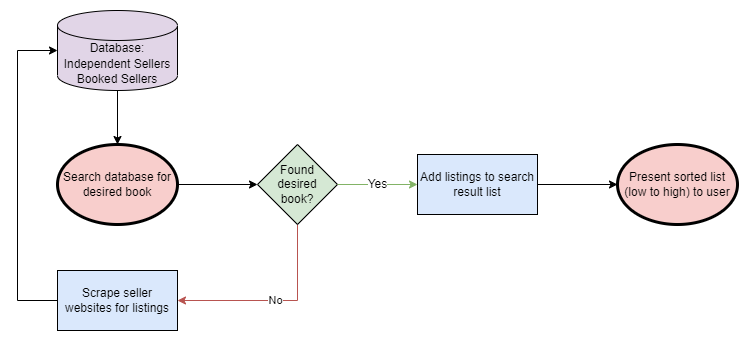
This is AlgSearch.png from vdulc001/2022-Fall-CS410-GOLD, a draw.io export, as it was before one commit. Source tidied: cells renumbered, new cells last; positions are measured from the earlier drawing's top-left corner, leaving out a move shared by most shapes. Its diagram source:
```xml
<mxGraphModel>
  <root>
    <mxCell id="0" />
    <mxCell id="1" parent="0" />
    <mxCell id="2" style="edgeStyle=orthogonalEdgeStyle;rounded=0;jettySize=auto;html=1;exitX=1;exitY=0.5;exitDx=0;exitDy=0;entryX=0;entryY=0.5;entryDx=0;entryDy=0;" parent="1" edge="1" source="3" target="7">
      <mxGeometry relative="1" as="geometry" />
    </mxCell>
    <mxCell id="3" value="Search database for desired book" style="ellipse;whiteSpace=wrap;html=1;fillColor=#f8cecc;strokeColor=#000000;strokeWidth=3;fontSize=12;" parent="1" vertex="1">
      <mxGeometry x="40" y="134" width="120" height="80" as="geometry" />
    </mxCell>
    <mxCell id="4" style="edgeStyle=orthogonalEdgeStyle;rounded=0;jettySize=auto;html=1;exitX=0.5;exitY=1;exitDx=0;exitDy=0;exitPerimeter=0;entryX=0.5;entryY=0;entryDx=0;entryDy=0;" parent="1" edge="1" source="5" target="3">
      <mxGeometry relative="1" as="geometry" />
    </mxCell>
    <mxCell id="5" value="&lt;font style=&quot;font-size: 12px;&quot;&gt;Database:&lt;br&gt;Independent Sellers&lt;br&gt;Booked Sellers&lt;/font&gt;" style="shape=cylinder3;whiteSpace=wrap;html=1;boundedLbl=1;backgroundOutline=1;size=15;strokeColor=#000000;strokeWidth=1;fontSize=13;fillColor=#e1d5e7;" parent="1" vertex="1">
      <mxGeometry x="40" width="120" height="80" as="geometry" />
    </mxCell>
    <mxCell id="6" value="No" style="edgeStyle=orthogonalEdgeStyle;rounded=0;jettySize=auto;html=1;exitX=0.5;exitY=1;exitDx=0;exitDy=0;entryX=1;entryY=0.5;entryDx=0;entryDy=0;fillColor=#f8cecc;strokeColor=#b85450;" parent="1" edge="1" source="7" target="13">
      <mxGeometry relative="1" as="geometry" />
    </mxCell>
    <mxCell id="7" value="Found&lt;br&gt;desired&lt;br&gt;book?" style="rhombus;whiteSpace=wrap;html=1;strokeColor=#000000;strokeWidth=1;fillColor=#d5e8d4;fontSize=12;" parent="1" vertex="1">
      <mxGeometry x="240" y="134" width="80" height="80" as="geometry" />
    </mxCell>
    <mxCell id="8" value="Yes" style="edgeStyle=orthogonalEdgeStyle;rounded=0;jettySize=auto;html=1;exitX=1;exitY=0.5;exitDx=0;exitDy=0;entryX=0;entryY=0.5;entryDx=0;entryDy=0;fontSize=12;fillColor=#d5e8d4;strokeColor=#82b366;" parent="1" edge="1" target="10">
      <mxGeometry relative="1" as="geometry">
        <mxPoint x="320" y="174" as="sourcePoint" />
      </mxGeometry>
    </mxCell>
    <mxCell id="9" style="edgeStyle=orthogonalEdgeStyle;rounded=0;jettySize=auto;html=1;exitX=1;exitY=0.5;exitDx=0;exitDy=0;entryX=0;entryY=0.5;entryDx=0;entryDy=0;fontSize=13;" parent="1" edge="1" source="10" target="11">
      <mxGeometry relative="1" as="geometry" />
    </mxCell>
    <mxCell id="10" value="Add listings to search result list" style="rounded=0;whiteSpace=wrap;html=1;strokeColor=#000000;strokeWidth=1;fontSize=12;fillColor=#dae8fc;" parent="1" vertex="1">
      <mxGeometry x="400" y="144" width="120" height="60" as="geometry" />
    </mxCell>
    <mxCell id="11" value="Present sorted list (low to high) to user" style="ellipse;whiteSpace=wrap;html=1;strokeColor=#000000;strokeWidth=3;fontSize=12;fillColor=#f8cecc;" parent="1" vertex="1">
      <mxGeometry x="600" y="134" width="120" height="80" as="geometry" />
    </mxCell>
    <mxCell id="12" style="edgeStyle=orthogonalEdgeStyle;rounded=0;jettySize=auto;html=1;exitX=0;exitY=0.5;exitDx=0;exitDy=0;entryX=0;entryY=0.5;entryDx=0;entryDy=0;entryPerimeter=0;" parent="1" edge="1" source="13" target="5">
      <mxGeometry relative="1" as="geometry">
        <Array as="points">
          <mxPoint y="290" />
          <mxPoint y="40" />
        </Array>
      </mxGeometry>
    </mxCell>
    <mxCell id="13" value="Scrape seller websites for listings" style="rounded=0;whiteSpace=wrap;html=1;strokeColor=#000000;strokeWidth=1;fontSize=12;fillColor=#dae8fc;" parent="1" vertex="1">
      <mxGeometry x="40" y="260" width="120" height="60" as="geometry" />
    </mxCell>
  </root>
</mxGraphModel>
```
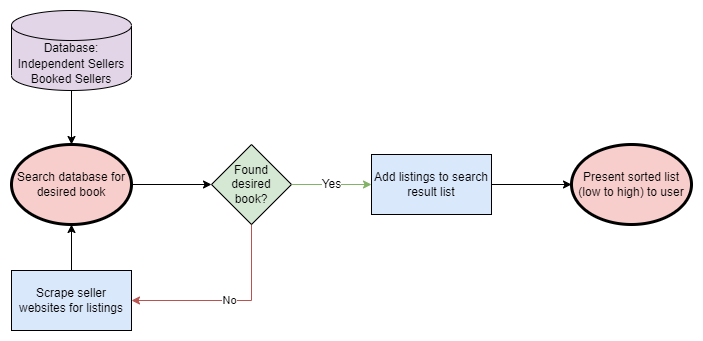
After the change.

Diff of the diagram source:
```diff
@@ -34,14 +34,9 @@
     <mxCell id="11" value="Present sorted list (low to high) to user" style="ellipse;whiteSpace=wrap;html=1;strokeColor=#000000;strokeWidth=3;fontSize=12;fillColor=#f8cecc;" parent="1" vertex="1">
       <mxGeometry x="600" y="134" width="120" height="80" as="geometry" />
     </mxCell>
-    <mxCell id="12" style="edgeStyle=orthogonalEdgeStyle;rounded=0;jettySize=auto;html=1;exitX=0;exitY=0.5;exitDx=0;exitDy=0;entryX=0;entryY=0.5;entryDx=0;entryDy=0;entryPerimeter=0;" parent="1" edge="1" source="13" target="5">
-      <mxGeometry relative="1" as="geometry">
-        <Array as="points">
-          <mxPoint y="290" />
-          <mxPoint y="40" />
-        </Array>
-      </mxGeometry>
-    </mxCell>
+    <mxCell id="14" style="edgeStyle=orthogonalEdgeStyle;rounded=0;jettySize=auto;html=1;exitX=0.5;exitY=0;exitDx=0;exitDy=0;entryX=0.5;entryY=1;entryDx=0;entryDy=0;" parent="1" edge="1" source="13" target="3">
+      <mxGeometry relative="1" as="geometry" />
+    </mxCell>
     <mxCell id="13" value="Scrape seller websites for listings" style="rounded=0;whiteSpace=wrap;html=1;strokeColor=#000000;strokeWidth=1;fontSize=12;fillColor=#dae8fc;" parent="1" vertex="1">
       <mxGeometry x="40" y="260" width="120" height="60" as="geometry" />
     </mxCell>
```
